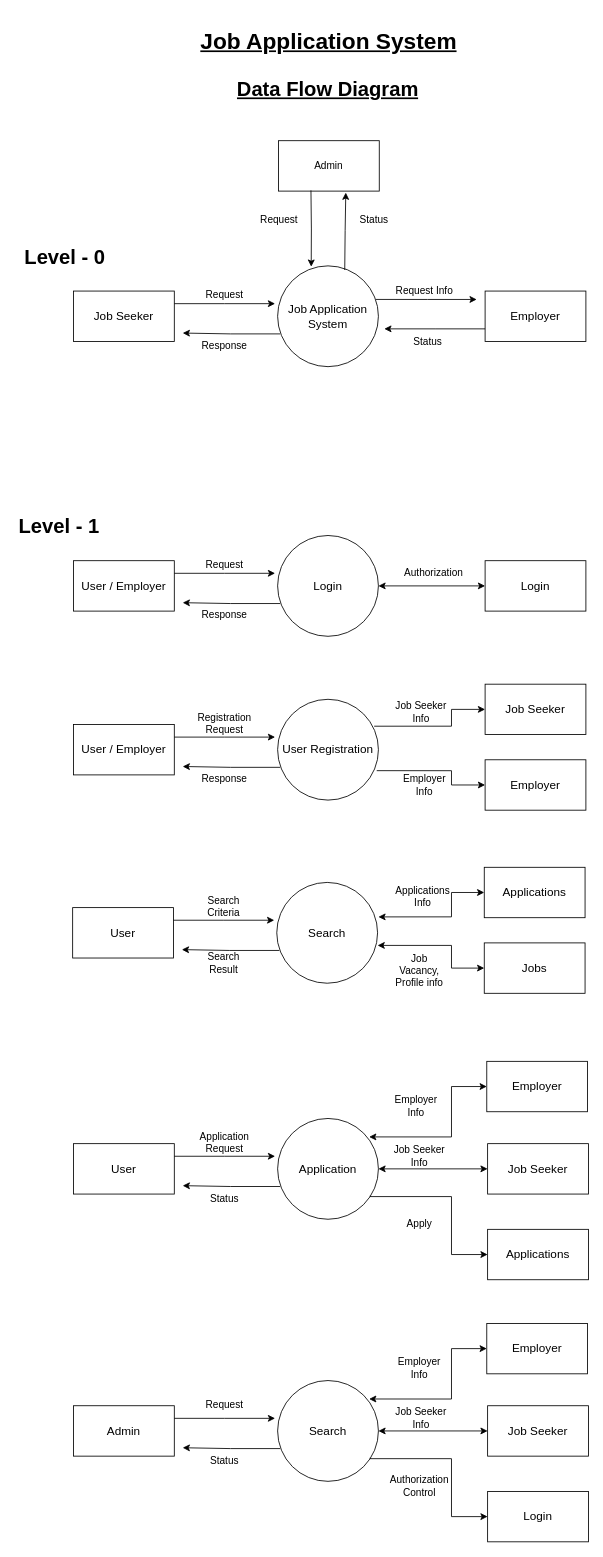
ramancodes/Diagrams keeps this draw.io diagram as page "DFD" (1 of 2) of Job Management System.drawio. Above is the earlier version. Source tidied: cells renumbered, new cells numbered last; positions are measured from the earlier drawing's top-left corner, leaving out a move shared by most shapes. Both pictures are drawn from the tidied source at 84%, with x=0, y=0 at pixel (14, 23).
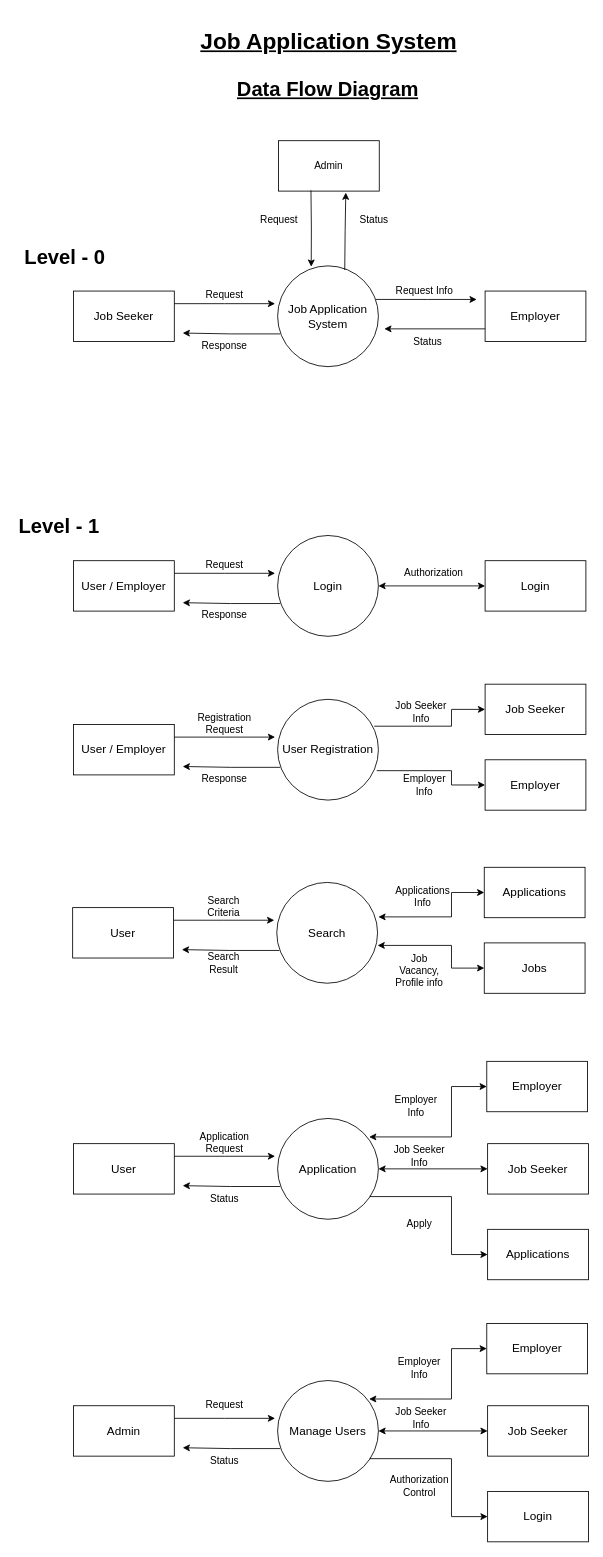
Above is the later version.

Diff of the diagram source:
```diff
@@
-    <mxCell id="66" value="&lt;span style=&quot;font-size: 14px;&quot;&gt;Search&lt;/span&gt;" style="ellipse;whiteSpace=wrap;html=1;" parent="1" vertex="1">
+    <mxCell id="66" value="&lt;span style=&quot;font-size: 14px;&quot;&gt;Manage Users&lt;/span&gt;" style="ellipse;whiteSpace=wrap;html=1;" parent="1" vertex="1">
       <mxGeometry x="313" y="1616" width="120" height="120" as="geometry" />
     </mxCell>
```
